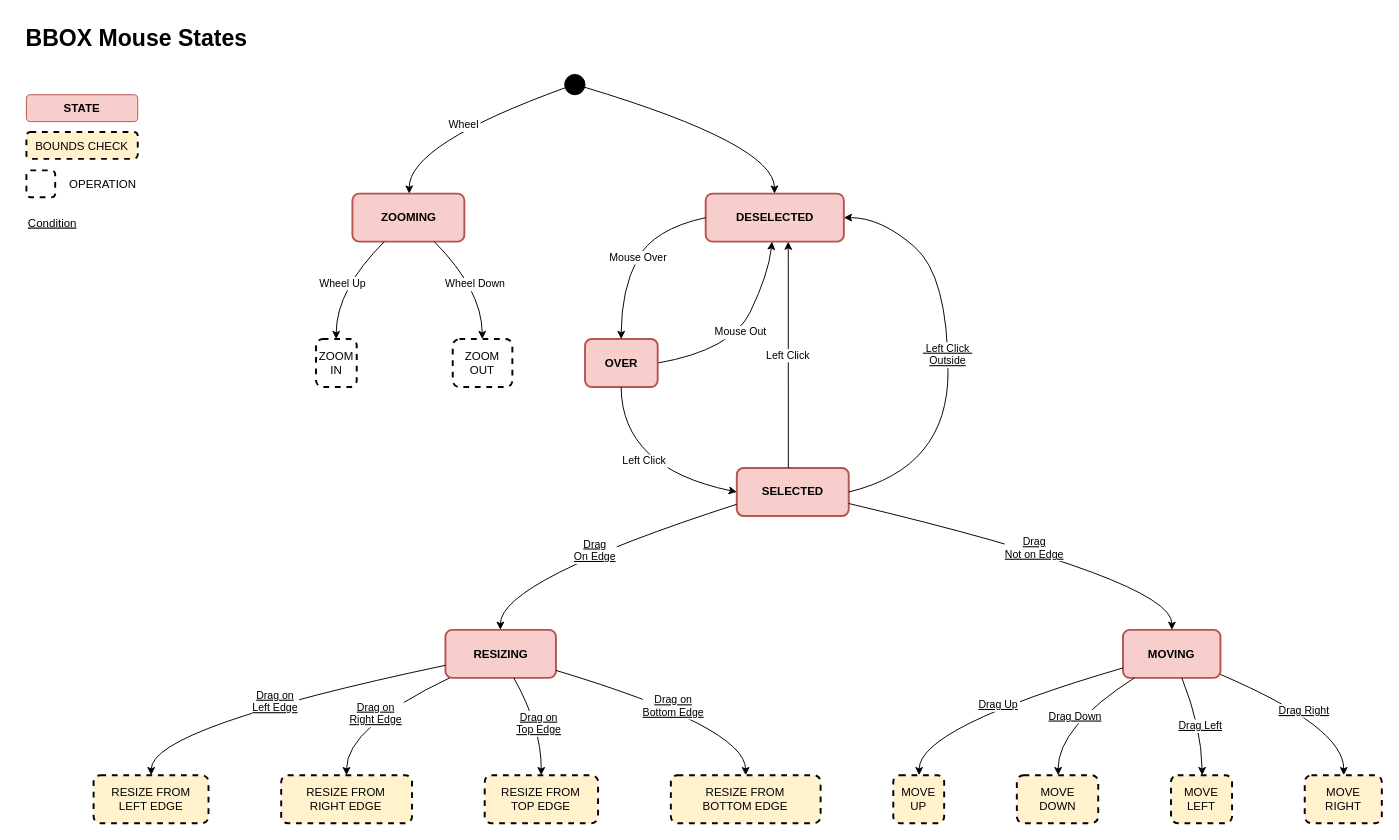
grymmjack/img2ans keeps this draw.io diagram as resources/notes/BBOX-state-diag-mouse.drawio. Above is the earlier version. Source tidied: cells renumbered, new cells numbered last; positions are measured from the earlier drawing's top-left corner, leaving out a move shared by most shapes. Both pictures are drawn from the tidied source at 96%, with x=0, y=0 at pixel (16, 16).
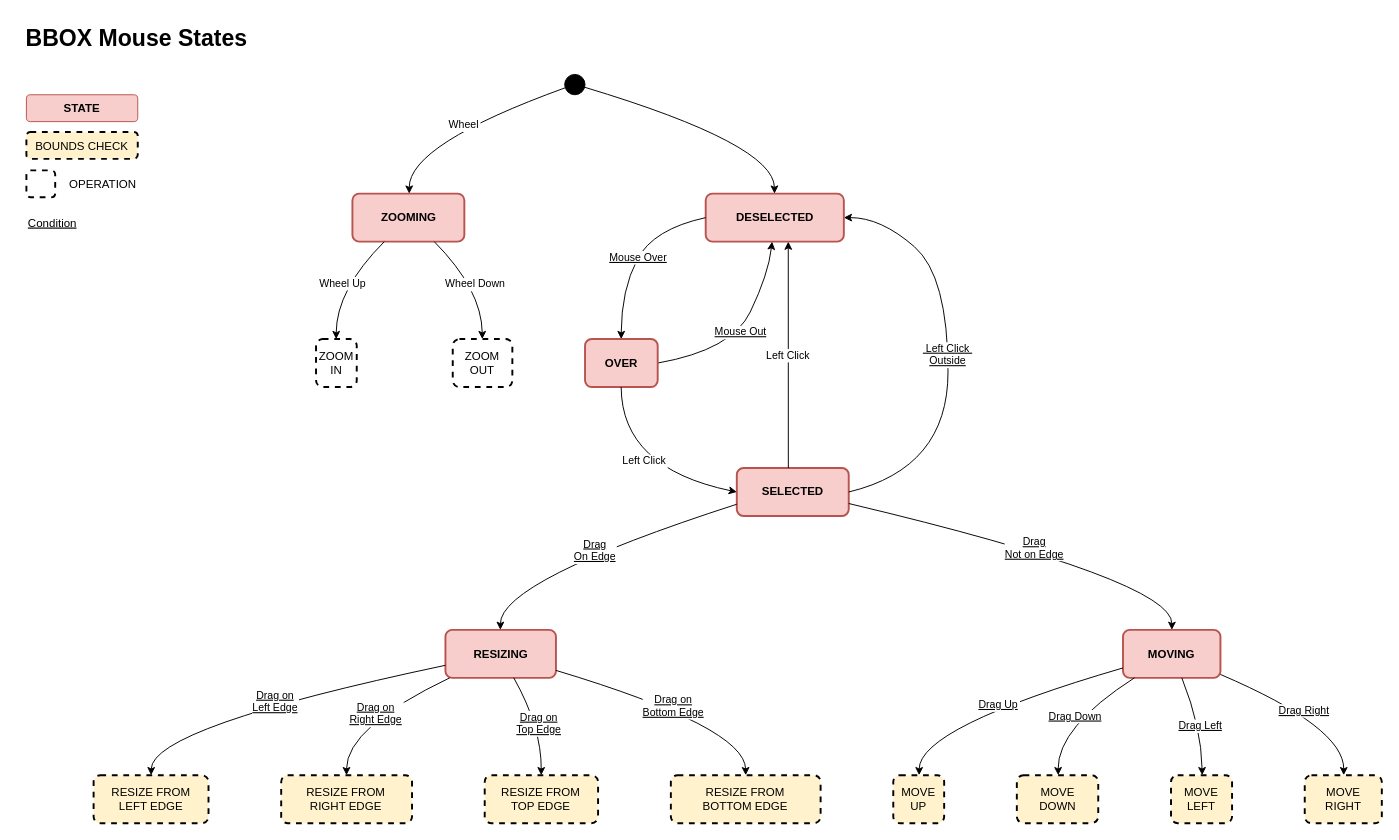
Above is the later version.

Commit message:
j/k on final :) Updating BBOX Mouse States again

The change refers to these unchanged cells:
```xml
<mxCell id="3" style="group;" parent="1" vertex="1">
  <mxGeometry x="80" y="60" width="1341.9" height="780" as="geometry" />
</mxCell>
<mxCell id="8" value="DESELECTED" style="rounded=1;absoluteArcSize=1;arcSize=14;whiteSpace=wrap;strokeWidth=2;fillColor=#f8cecc;strokeColor=#b85450;fontStyle=1;" parent="3" vertex="1">
  <mxGeometry x="637.6" y="124.2" width="143.9" height="50" as="geometry" />
</mxCell>
<mxCell id="10" value="OVER" style="rounded=1;absoluteArcSize=1;arcSize=14;whiteSpace=wrap;strokeWidth=2;fillColor=#f8cecc;strokeColor=#b85450;fontStyle=1;" parent="3" vertex="1">
  <mxGeometry x="511.9" y="275.7" width="75.7" height="50" as="geometry" />
</mxCell>
```

What changed in the source:
```diff
@@
-    <mxCell id="9" value="Mouse Out" style="edgeStyle=none;startArrow=none;startFill=0;exitX=1;exitY=0.5;exitDx=0;exitDy=0;curved=1;" parent="3" edge="1" source="10" target="8">
+    <mxCell id="9" value="Mouse Out" style="edgeStyle=none;startArrow=none;startFill=0;exitX=1;exitY=0.5;exitDx=0;exitDy=0;curved=1;fontStyle=4;" parent="3" edge="1" source="10" target="8">
       <mxGeometry relative="1" as="geometry">
         <Array as="points">
           <mxPoint x="665" y="287" />
           <mxPoint x="703" y="208" />
         </Array>
       </mxGeometry>
     </mxCell>
@@
-    <mxCell id="26" value="Mouse Over" style="curved=1;startArrow=none;exitX=0;exitY=0.5;entryX=0.49747657775878906;entryY=-0.006060629179983428;rounded=0;startFill=0;exitDx=0;exitDy=0;" parent="3" edge="1" source="8" target="10">
+    <mxCell id="26" value="Mouse Over" style="curved=1;startArrow=none;exitX=0;exitY=0.5;entryX=0.49747657775878906;entryY=-0.006060629179983428;rounded=0;startFill=0;exitDx=0;exitDy=0;fontStyle=4;" parent="3" edge="1" source="8" target="10">
       <mxGeometry relative="1" as="geometry">
         <Array as="points">
           <mxPoint x="583" y="161" />
           <mxPoint x="549.8" y="224.2" />
         </Array>
       </mxGeometry>
     </mxCell>
```
